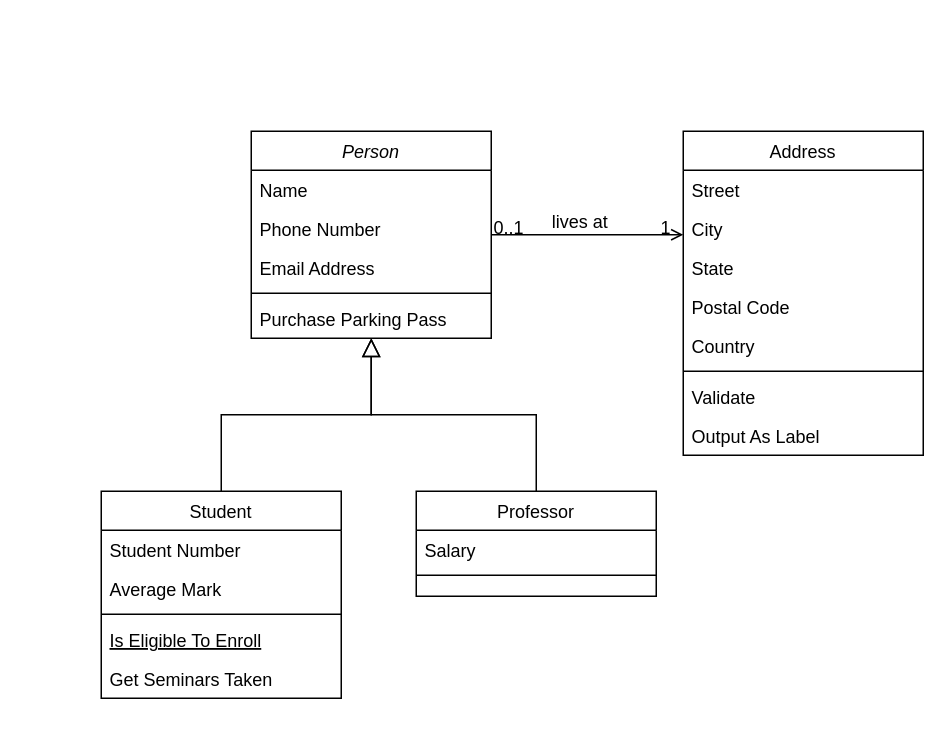
Above: Diagrama sem nome.drawio in GabsRMartins/Trabalho-final-PDS2 (draw.io), before the change. Source tidied: cells renumbered, new cells numbered last; positions are measured from the earlier drawing's top-left corner, leaving out a move shared by most shapes. Both pictures are drawn from the tidied source at 150%, with x=0, y=0 at pixel (100, 130).
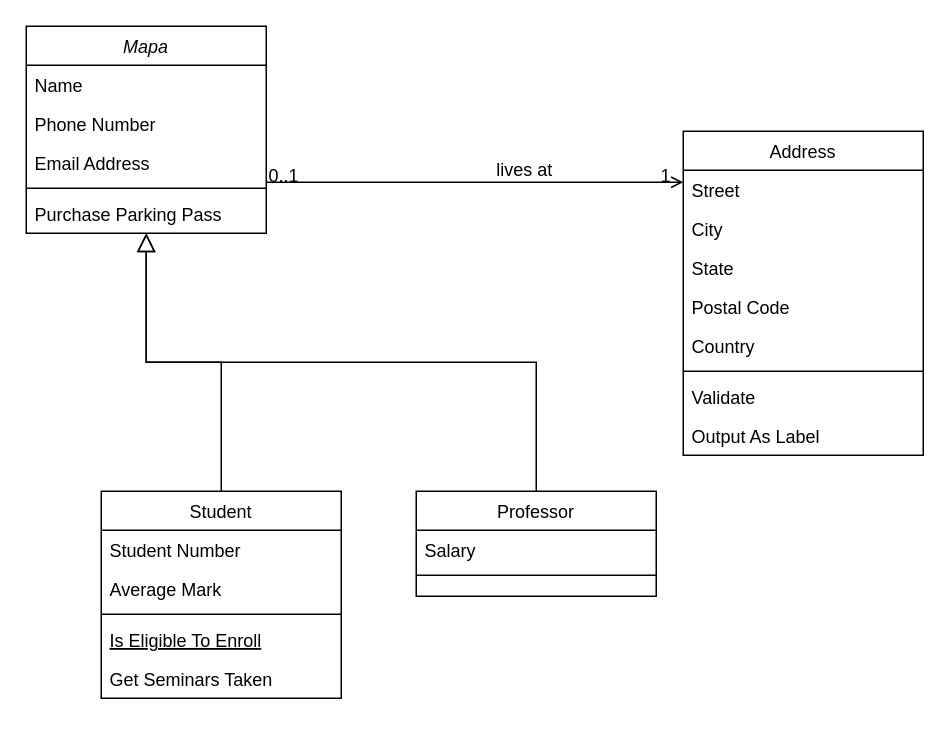
The same page after the edit.

Commit message:
Diagrama Salvo

Change to the diagram source:
```diff
@@
-    <mxCell id="2" value="Person" style="swimlane;fontStyle=2;align=center;verticalAlign=top;horizontal=1;startSize=26;rounded=0;shadow=0;strokeWidth=1;" parent="1" vertex="1">
-      <mxGeometry x="100" width="160" height="138" as="geometry" />
+    <mxCell id="2" value="Mapa" style="swimlane;fontStyle=2;align=center;verticalAlign=top;horizontal=1;startSize=26;rounded=0;shadow=0;strokeWidth=1;" parent="1" vertex="1">
+      <mxGeometry x="-50" y="-70" width="160" height="138" as="geometry" />
     </mxCell>
```
